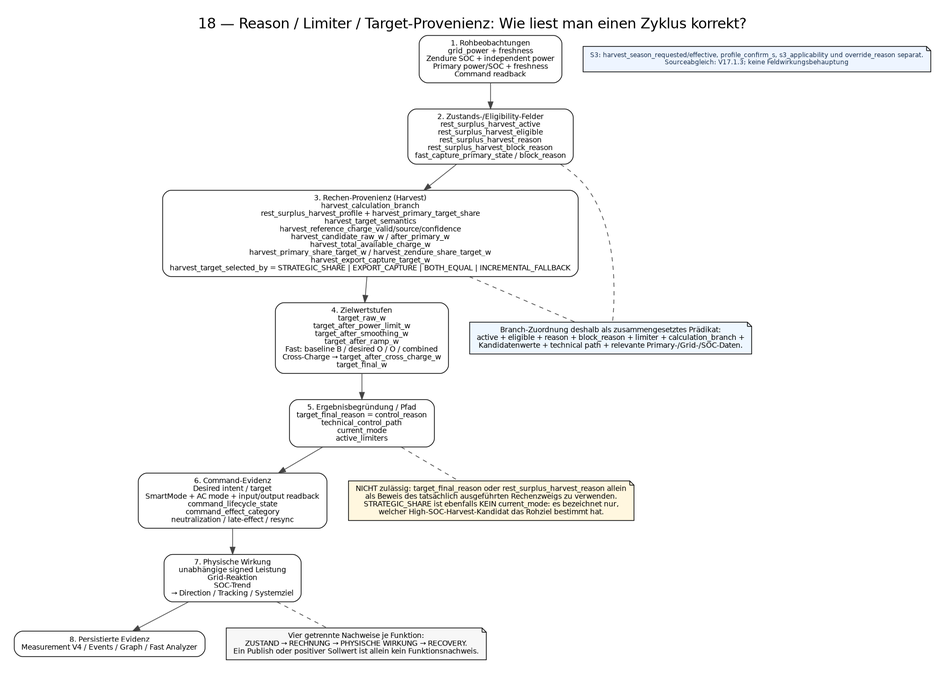
The Graphviz diagram docs/architecture/uml/rendered/18_REASON_LIMITER_PROVENANCE.png in TTXaser2/zendure-energy-controller, before a commit. Its source is kept beside it as docs/architecture/uml/diagrams/18_REASON_LIMITER_PROVENANCE.dot.
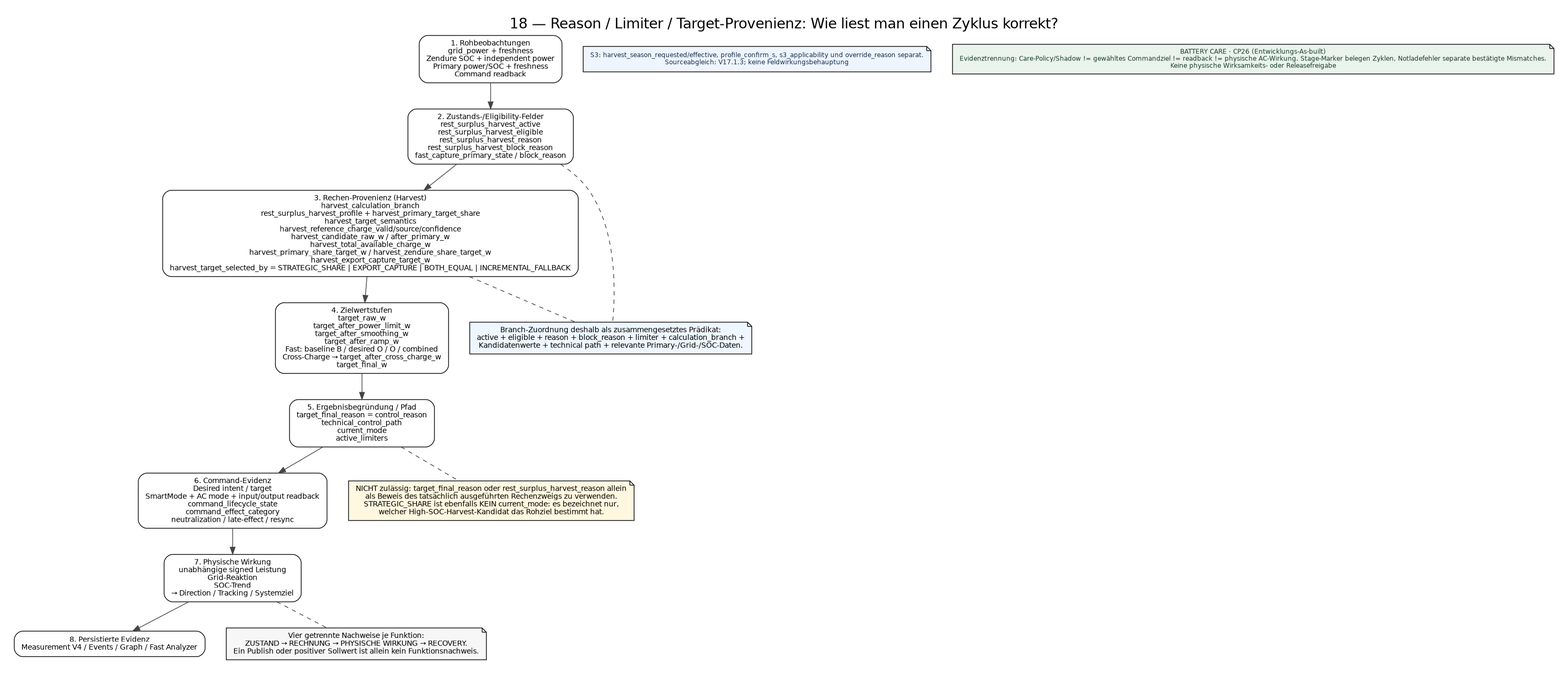
After the commit.

Change to the diagram source:
```diff
@@ -22,4 +22,6 @@
 physical->proof[style=dashed,arrowhead=none];
 
   uml_update_note [shape=note, style="filled", fillcolor="#eef5ff", fontcolor="#162e4d", fontsize=9, label="S3: harvest_season_requested/effective, profile_confirm_s, s3_applicability und override_reason separat.\nSourceabgleich: V17.1.3; keine Feldwirkungsbehauptung"];
+
+  cp26_care_18 [shape=note, style="filled", fillcolor="#eaf4ec", fontcolor="#193b2d", fontsize=9, label="BATTERY CARE · CP26 (Entwicklungs-As-built)\nEvidenztrennung: Care-Policy/Shadow != gewähltes Commandziel != readback != physische AC-Wirkung. Stage-Marker belegen Zyklen, Notladefehler separate bestätigte Mismatches.\nKeine physische Wirksamkeits- oder Releasefreigabe"];
 }
```
